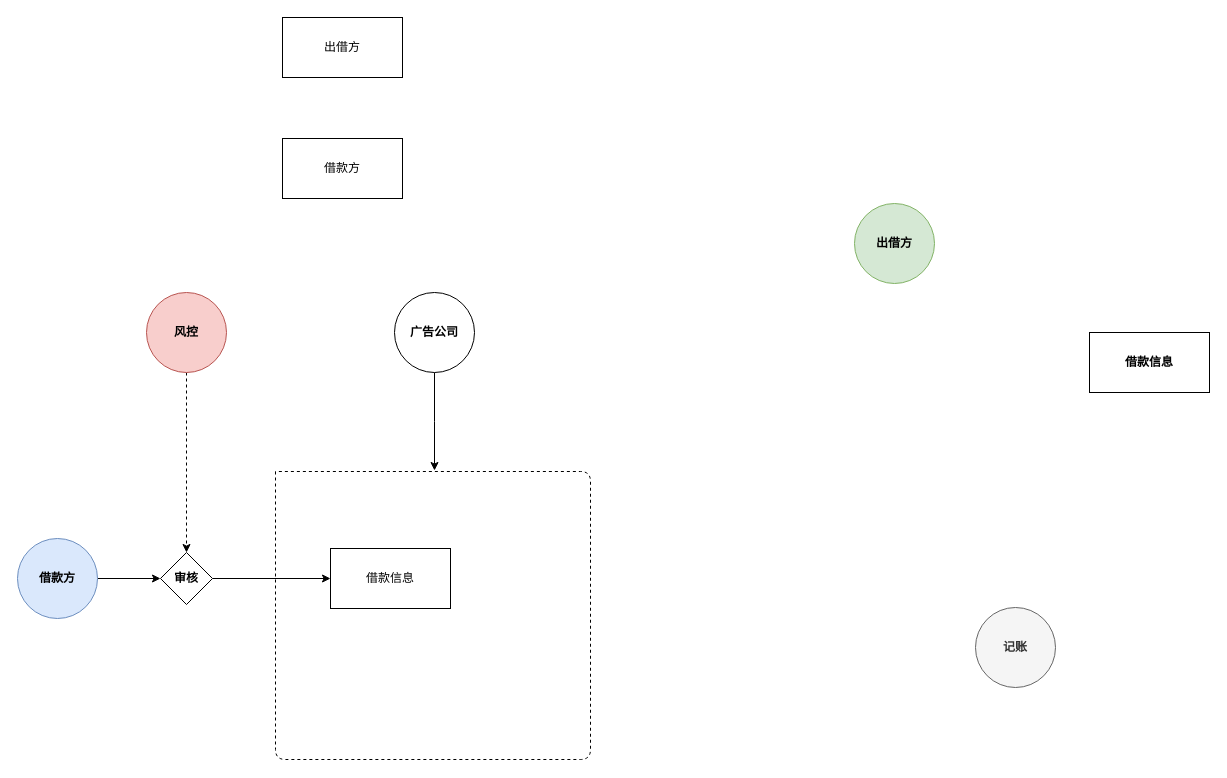
yiuked/diagram keeps this draw.io diagram as object.drawio. Above is the earlier version. Source tidied: cells renumbered, new cells numbered last; positions are measured from the earlier drawing's top-left corner, leaving out a move shared by most shapes. Both pictures are drawn from the tidied source at 100%, with x=0, y=0 at pixel (17, 17).
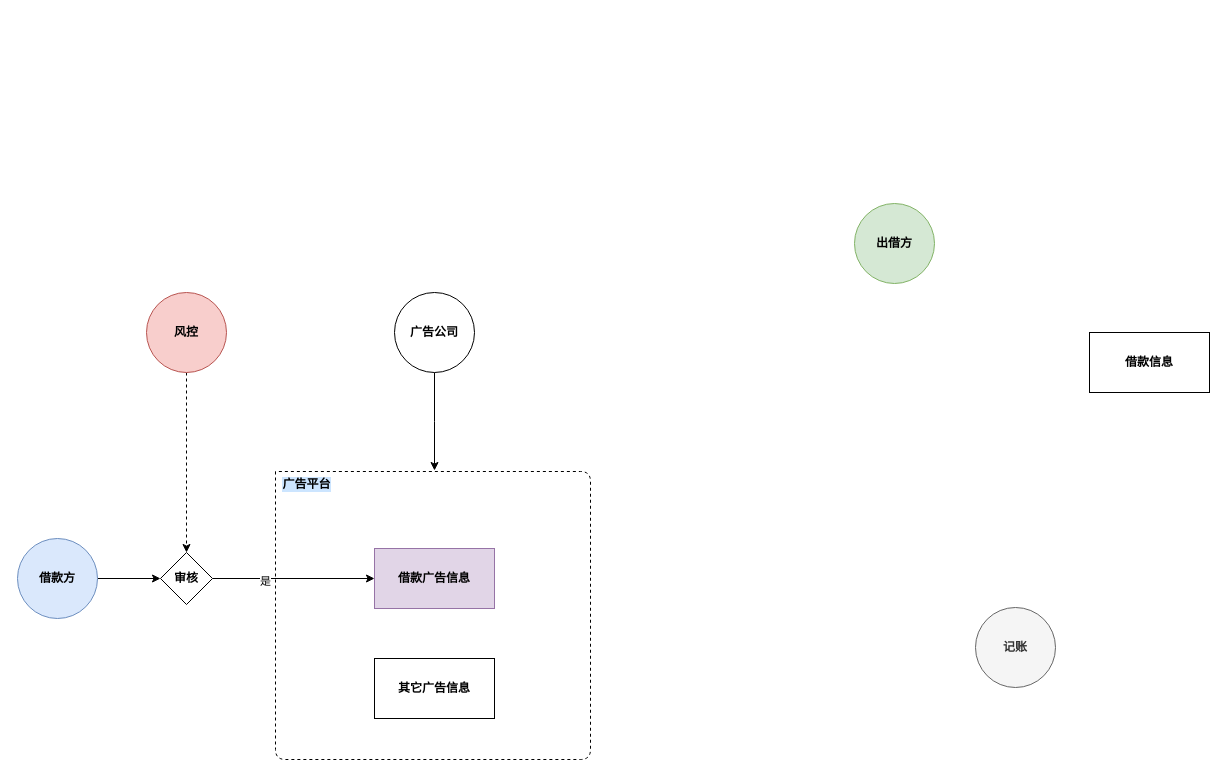
The same diagram, later.

The change refers to these unchanged cells:
```xml
<mxCell id="15" style="edgeStyle=orthogonalEdgeStyle;rounded=0;jettySize=auto;html=1;exitX=1;exitY=0.5;exitDx=0;exitDy=0;" parent="1" edge="1" source="16" target="3">
  <mxGeometry relative="1" as="geometry" />
</mxCell>
```

The edit, as a diff of the source:
```diff
@@
-    <mxCell id="2" value="借款方" style="rounded=0;whiteSpace=wrap;html=1;" parent="1" vertex="1">
-      <mxGeometry x="265" y="121" width="120" height="60" as="geometry" />
-    </mxCell>
-    <mxCell id="3" value="借款信息" style="rounded=0;whiteSpace=wrap;html=1;" parent="1" vertex="1">
-      <mxGeometry x="313" y="531" width="120" height="60" as="geometry" />
+    <mxCell id="3" value="借款广告信息" style="rounded=0;whiteSpace=wrap;html=1;fontStyle=1;fillColor=#e1d5e7;strokeColor=#9673a6;" parent="1" vertex="1">
+      <mxGeometry x="357" y="531" width="120" height="60" as="geometry" />
     </mxCell>
-    <mxCell id="4" value="出借方" style="rounded=0;whiteSpace=wrap;html=1;" parent="1" vertex="1">
-      <mxGeometry x="265" width="120" height="60" as="geometry" />
-    </mxCell>
@@
+    <mxCell id="17" value="是" style="edgeLabel;html=1;align=center;verticalAlign=middle;" parent="15" vertex="1">
+      <mxGeometry x="-0.36" y="-2" relative="1" as="geometry" />
+    </mxCell>
@@
+    <mxCell id="18" value="广告平台" style="text;html=1;strokeColor=none;fillColor=none;align=center;verticalAlign=middle;whiteSpace=wrap;rounded=1;fontStyle=1;labelBackgroundColor=#CCE5FF;shadow=1;glass=0;strokeWidth=1;" parent="1" vertex="1">
+      <mxGeometry x="260" y="457" width="59" height="20" as="geometry" />
+    </mxCell>
+    <mxCell id="19" value="其它广告信息" style="rounded=0;whiteSpace=wrap;html=1;fontStyle=1;" parent="1" vertex="1">
+      <mxGeometry x="357" y="641" width="120" height="60" as="geometry" />
+    </mxCell>
```
